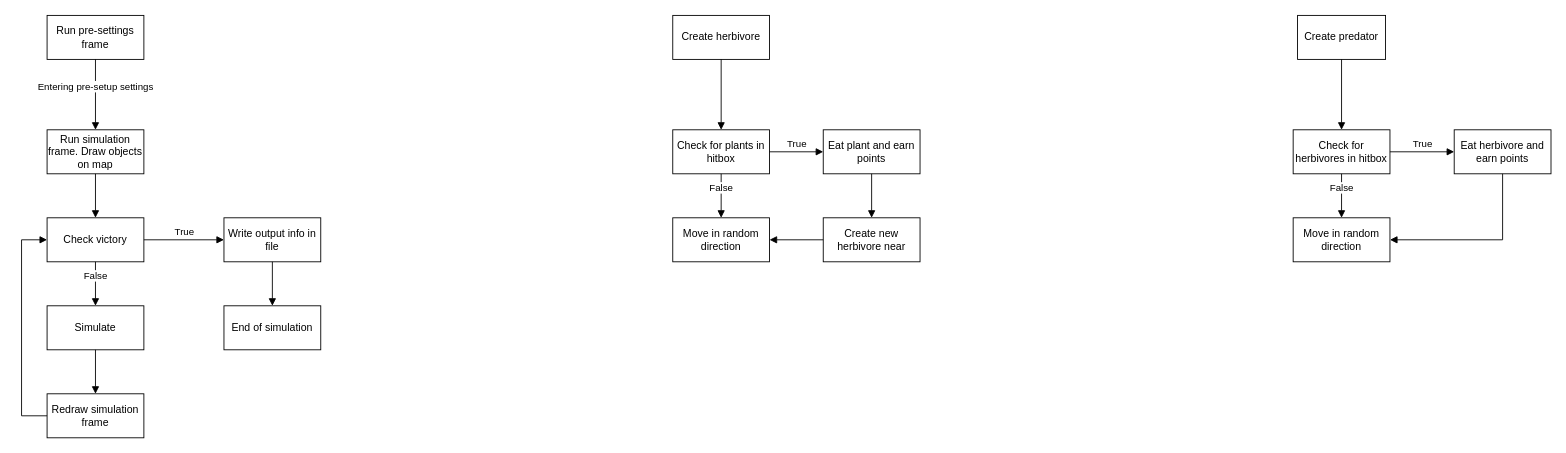
Earlier version of the draw.io diagram LaSimulation_statemachinediagram.drawio.xml (Vasiluke06/LaSimulation). Source tidied: cells renumbered, new cells numbered last; positions are measured from the earlier drawing's top-left corner, leaving out a move shared by most shapes. Both pictures are drawn from the tidied source at 88%, with x=0, y=0 at pixel (21, 15).
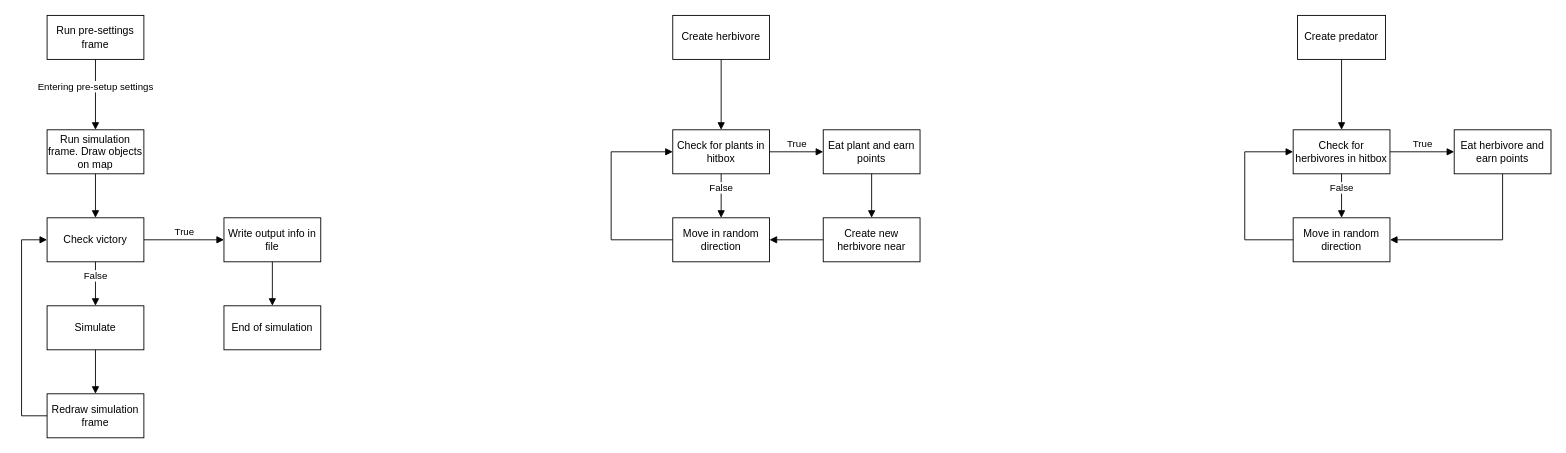
The same page after the edit.

The change refers to these unchanged cells:
```xml
<mxCell id="18" value="Check for plants in hitbox" style="html=1;whiteSpace=wrap;" parent="1" vertex="1">
  <mxGeometry x="740" y="130" width="110" height="50" as="geometry" />
</mxCell>
<mxCell id="19" value="Move in random direction" style="html=1;whiteSpace=wrap;" parent="1" vertex="1">
  <mxGeometry x="740" y="230" width="110" height="50" as="geometry" />
</mxCell>
<mxCell id="27" value="Check for herbivores in hitbox" style="html=1;whiteSpace=wrap;" parent="1" vertex="1">
  <mxGeometry x="1445" y="130" width="110" height="50" as="geometry" />
</mxCell>
<mxCell id="30" value="Move in random direction" style="html=1;whiteSpace=wrap;" parent="1" vertex="1">
  <mxGeometry x="1445" y="230" width="110" height="50" as="geometry" />
</mxCell>
```

The edit, as a diff of the source:
```diff
@@
+    <mxCell id="34" style="html=1;verticalAlign=bottom;endArrow=block;curved=0;rounded=0;" parent="1" edge="1" source="19" target="18">
+      <mxGeometry relative="1" as="geometry">
+        <Array as="points">
+          <mxPoint x="670" y="255" />
+          <mxPoint x="670" y="155" />
+        </Array>
+      </mxGeometry>
+    </mxCell>
+    <mxCell id="35" style="html=1;verticalAlign=bottom;endArrow=block;curved=0;rounded=0;" parent="1" edge="1" source="30" target="27">
+      <mxGeometry relative="1" as="geometry">
+        <Array as="points">
+          <mxPoint x="1390" y="255" />
+          <mxPoint x="1390" y="155" />
+        </Array>
+      </mxGeometry>
+    </mxCell>
```
